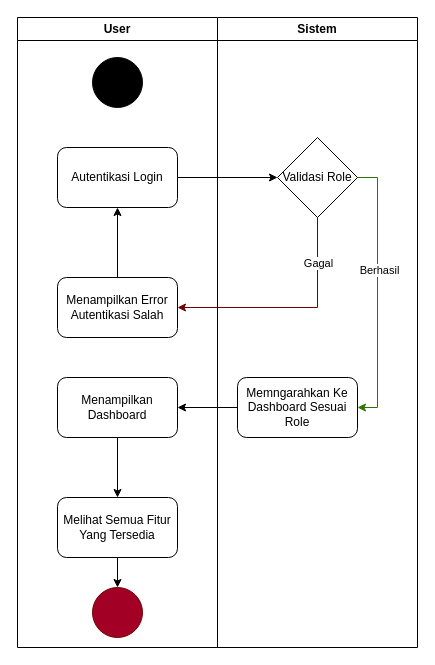
Before: page "Dashboard" (2 of 8) of Docs/Use Case/Activity Diagram.drawio in gustitriprayoga/Sistem-Pembayaran-QR, a draw.io diagram. Source tidied: cells renumbered, new cells numbered last; positions are measured from the earlier drawing's top-left corner, leaving out a move shared by most shapes. Both pictures are drawn from the tidied source at 100%, with x=0, y=0 at pixel (17, 17).
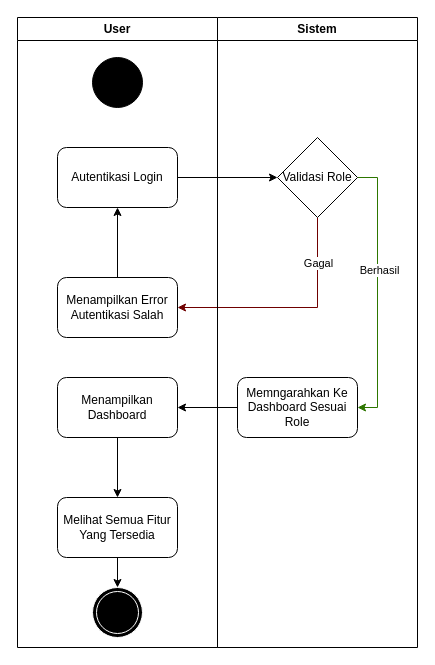
The same diagram, later.

Unchanged cells that the change refers to:
```xml
<mxCell id="17" value="Melihat Semua Fitur Yang Tersedia" style="rounded=1;whiteSpace=wrap;html=1;" parent="1" vertex="1">
  <mxGeometry x="40" y="480" width="120" height="60" as="geometry" />
</mxCell>
<mxCell id="19" value="User" style="swimlane;whiteSpace=wrap;html=1;" parent="1" vertex="1">
  <mxGeometry width="200" height="630" as="geometry" />
</mxCell>
```

Diff of the diagram source:
```diff
@@
-    <mxCell id="16" style="edgeStyle=orthogonalEdgeStyle;rounded=0;jettySize=auto;html=1;exitX=0.5;exitY=1;exitDx=0;exitDy=0;entryX=0.5;entryY=0;entryDx=0;entryDy=0;" parent="1" edge="1" source="17" target="18">
-      <mxGeometry relative="1" as="geometry" />
+    <mxCell id="16" style="edgeStyle=orthogonalEdgeStyle;rounded=0;jettySize=auto;html=1;exitX=0.5;exitY=1;exitDx=0;exitDy=0;entryX=0.5;entryY=0;entryDx=0;entryDy=0;" parent="1" edge="1" source="17">
+      <mxGeometry relative="1" as="geometry">
+        <mxPoint x="100" y="570" as="targetPoint" />
+      </mxGeometry>
     </mxCell>
@@
-    <mxCell id="18" style="ellipse;whiteSpace=wrap;html=1;fillColor=#a20025;fontColor=#ffffff;strokeColor=#6F0000;" parent="1" vertex="1">
-      <mxGeometry x="75" y="570" width="50" height="50" as="geometry" />
-    </mxCell>
@@
+    <mxCell id="21" style="ellipse;shape=doubleEllipse;whiteSpace=wrap;html=1;fillColor=#000000;fontColor=#ffffff;strokeColor=#FFFFFF;" parent="19" vertex="1">
+      <mxGeometry x="75" y="570" width="50" height="50" as="geometry" />
+    </mxCell>
```
